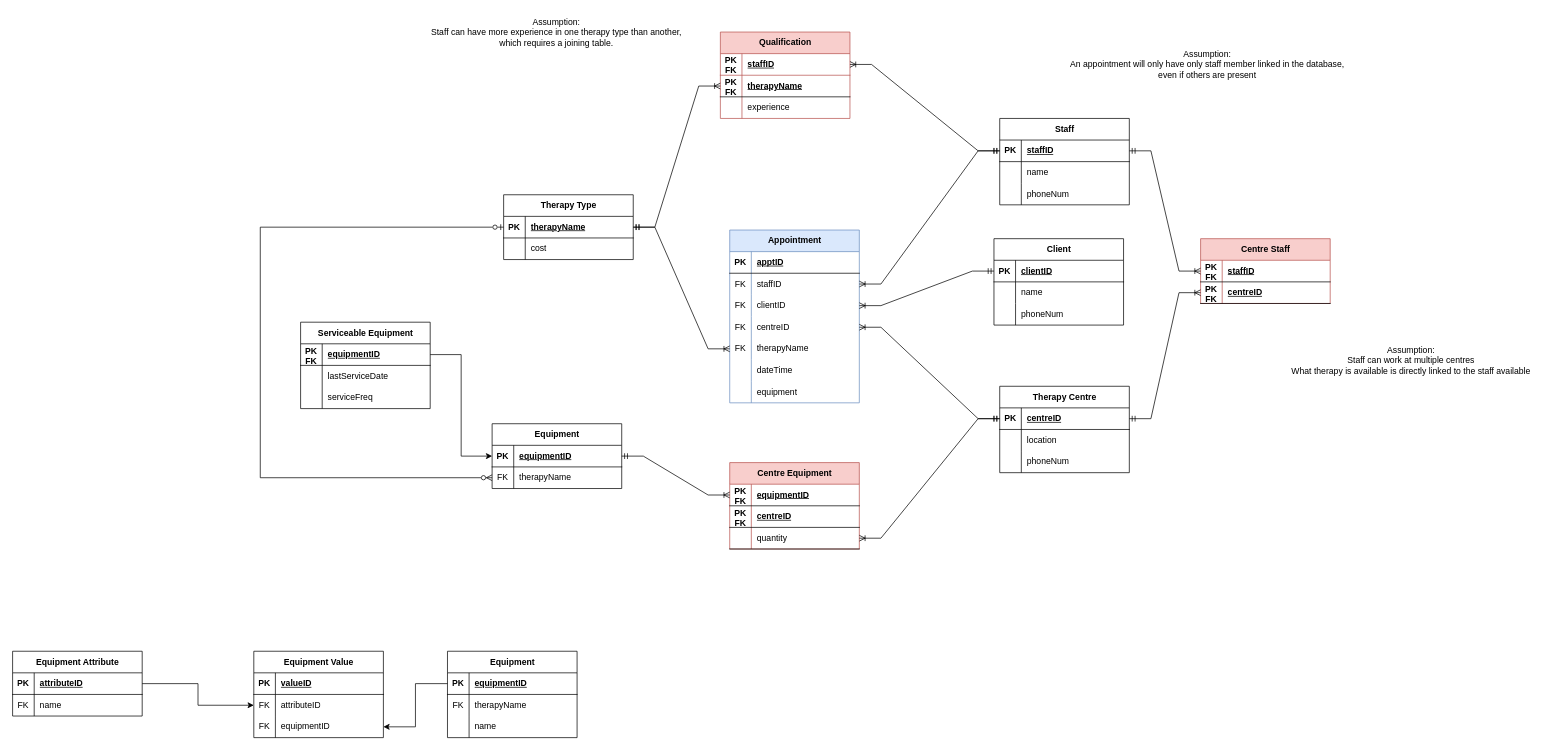
This is Task3a.drawio from Cowsox/Cowsox, a draw.io file, before an edit. Source tidied: cells renumbered, new cells numbered last; positions are measured from the earlier drawing's top-left corner, leaving out a move shared by most shapes. Both pictures are drawn from the tidied source at 72%, with x=0, y=0 at pixel (12, 12).
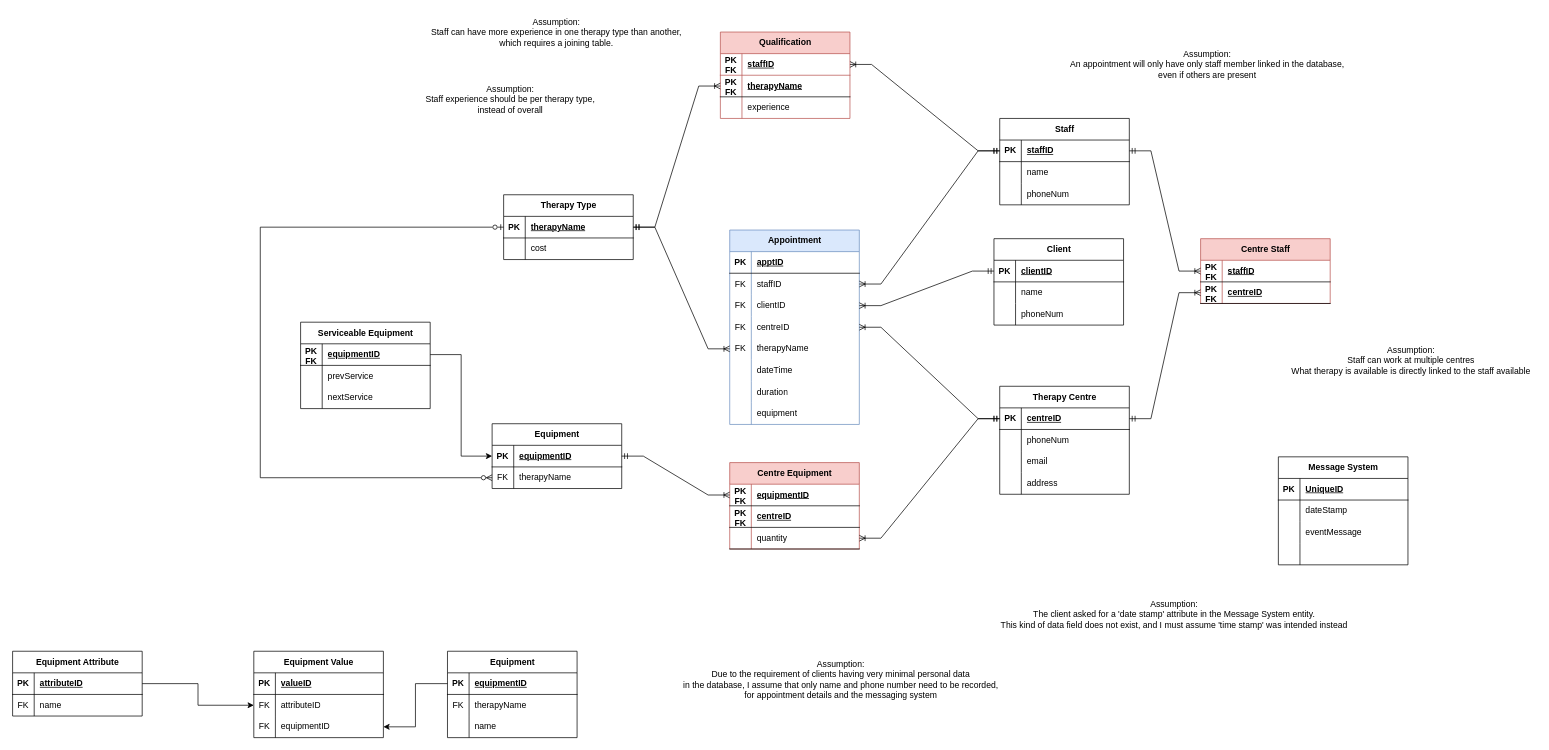
The same page after the edit.

The change refers to these unchanged cells:
```xml
<mxCell id="98" style="shape=tableRow;horizontal=0;startSize=0;swimlaneHead=0;swimlaneBody=0;fillColor=none;top=0;left=0;right=0;bottom=0;" parent="94" vertex="1">
  <mxGeometry y="60" width="180" height="30" as="geometry" />
</mxCell>
<mxCell id="101" style="shape=tableRow;horizontal=0;startSize=0;swimlaneHead=0;swimlaneBody=0;fillColor=none;top=0;left=0;right=0;bottom=0;" parent="94" vertex="1">
  <mxGeometry y="90" width="180" height="30" as="geometry" />
</mxCell>
```

Change to the diagram source:
```diff
@@
     <mxCell id="22" value="Therapy Centre" style="shape=table;startSize=30;childLayout=tableLayout;rowLines=0;fontStyle=1;align=center;html=1;" parent="1" vertex="1">
-      <mxGeometry x="1371" y="519" width="180" height="120" as="geometry" />
+      <mxGeometry x="1371" y="519" width="180" height="150" as="geometry" />
     </mxCell>
@@
-    <mxCell id="26" style="shape=tableRow;horizontal=0;startSize=0;swimlaneHead=0;swimlaneBody=0;fillColor=none;top=0;left=0;right=0;bottom=0;" parent="22" vertex="1">
-      <mxGeometry y="60" width="180" height="30" as="geometry" />
-    </mxCell>
-    <mxCell id="27" style="shape=partialRectangle;fillColor=none;top=0;left=0;bottom=0;right=0;overflow=hidden;whiteSpace=wrap;html=1;" parent="26" vertex="1">
-      <mxGeometry width="30" height="30" as="geometry" />
-    </mxCell>
-    <mxCell id="28" value="location" style="shape=partialRectangle;fillColor=none;top=0;left=0;bottom=0;right=0;align=left;spacingLeft=6;overflow=hidden;whiteSpace=wrap;html=1;" parent="26" vertex="1">
-      <mxGeometry x="30" width="150" height="30" as="geometry" />
-    </mxCell>
     <mxCell id="29" style="shape=tableRow;horizontal=0;startSize=0;swimlaneHead=0;swimlaneBody=0;fillColor=none;top=0;left=0;right=0;bottom=0;" parent="22" vertex="1">
-      <mxGeometry y="90" width="180" height="30" as="geometry" />
+      <mxGeometry y="60" width="180" height="30" as="geometry" />
     </mxCell>
@@
+    <mxCell id="149" style="shape=tableRow;horizontal=0;startSize=0;swimlaneHead=0;swimlaneBody=0;fillColor=none;top=0;left=0;right=0;bottom=0;" parent="22" vertex="1">
+      <mxGeometry y="90" width="180" height="30" as="geometry" />
+    </mxCell>
+    <mxCell id="150" style="shape=partialRectangle;fillColor=none;top=0;left=0;bottom=0;right=0;overflow=hidden;whiteSpace=wrap;html=1;" parent="149" vertex="1">
+      <mxGeometry width="30" height="30" as="geometry" />
+    </mxCell>
+    <mxCell id="151" value="email" style="shape=partialRectangle;fillColor=none;top=0;left=0;bottom=0;right=0;align=left;spacingLeft=6;overflow=hidden;whiteSpace=wrap;html=1;" parent="149" vertex="1">
+      <mxGeometry x="30" width="150" height="30" as="geometry" />
+    </mxCell>
+    <mxCell id="152" style="shape=tableRow;horizontal=0;startSize=0;swimlaneHead=0;swimlaneBody=0;fillColor=none;top=0;left=0;right=0;bottom=0;" parent="22" vertex="1">
+      <mxGeometry y="120" width="180" height="30" as="geometry" />
+    </mxCell>
+    <mxCell id="153" style="shape=partialRectangle;fillColor=none;top=0;left=0;bottom=0;right=0;overflow=hidden;whiteSpace=wrap;html=1;" parent="152" vertex="1">
+      <mxGeometry width="30" height="30" as="geometry" />
+    </mxCell>
+    <mxCell id="154" value="address" style="shape=partialRectangle;fillColor=none;top=0;left=0;bottom=0;right=0;align=left;spacingLeft=6;overflow=hidden;whiteSpace=wrap;html=1;" parent="152" vertex="1">
+      <mxGeometry x="30" width="150" height="30" as="geometry" />
+    </mxCell>
@@
     <mxCell id="40" value="Appointment" style="shape=table;startSize=30;childLayout=tableLayout;rowLines=0;fontStyle=1;align=center;html=1;fillColor=#dae8fc;strokeColor=#6c8ebf;" parent="1" vertex="1">
-      <mxGeometry x="996" y="302" width="180" height="240" as="geometry" />
+      <mxGeometry x="996" y="302" width="180" height="270" as="geometry" />
     </mxCell>
@@
+    <mxCell id="155" style="shape=tableRow;horizontal=0;startSize=0;swimlaneHead=0;swimlaneBody=0;fillColor=none;top=0;left=0;right=0;bottom=0;" parent="40" vertex="1">
+      <mxGeometry y="210" width="180" height="30" as="geometry" />
+    </mxCell>
+    <mxCell id="156" style="shape=partialRectangle;fillColor=none;top=0;left=0;bottom=0;right=0;overflow=hidden;whiteSpace=wrap;html=1;" parent="155" vertex="1">
+      <mxGeometry width="30" height="30" as="geometry" />
+    </mxCell>
+    <mxCell id="157" value="duration" style="shape=partialRectangle;fillColor=none;top=0;left=0;bottom=0;right=0;align=left;spacingLeft=6;overflow=hidden;whiteSpace=wrap;html=1;" parent="155" vertex="1">
+      <mxGeometry x="30" width="150" height="30" as="geometry" />
+    </mxCell>
     <mxCell id="59" style="shape=tableRow;horizontal=0;startSize=0;swimlaneHead=0;swimlaneBody=0;fillColor=none;top=0;left=0;right=0;bottom=0;" parent="40" vertex="1">
-      <mxGeometry y="210" width="180" height="30" as="geometry" />
+      <mxGeometry y="240" width="180" height="30" as="geometry" />
     </mxCell>
@@
-    <mxCell id="100" value="lastServiceDate" style="shape=partialRectangle;fillColor=none;top=0;left=0;bottom=0;right=0;align=left;spacingLeft=6;overflow=hidden;whiteSpace=wrap;html=1;" parent="98" vertex="1">
+    <mxCell id="100" value="prevService" style="shape=partialRectangle;fillColor=none;top=0;left=0;bottom=0;right=0;align=left;spacingLeft=6;overflow=hidden;whiteSpace=wrap;html=1;" parent="98" vertex="1">
       <mxGeometry x="30" width="150" height="30" as="geometry" />
     </mxCell>
@@
-    <mxCell id="103" value="serviceFreq" style="shape=partialRectangle;fillColor=none;top=0;left=0;bottom=0;right=0;align=left;spacingLeft=6;overflow=hidden;whiteSpace=wrap;html=1;" parent="101" vertex="1">
+    <mxCell id="103" value="nextService" style="shape=partialRectangle;fillColor=none;top=0;left=0;bottom=0;right=0;align=left;spacingLeft=6;overflow=hidden;whiteSpace=wrap;html=1;" parent="101" vertex="1">
       <mxGeometry x="30" width="150" height="30" as="geometry" />
     </mxCell>
@@
+    <mxCell id="158" value="Assumption:&lt;div&gt;Staff experience should be per therapy type,&lt;/div&gt;&lt;div&gt;instead of overall&lt;/div&gt;" style="text;html=1;align=center;verticalAlign=middle;strokeColor=none;fillColor=none;" parent="1" vertex="1">
+      <mxGeometry x="564" y="93" width="253" height="55" as="geometry" />
+    </mxCell>
+    <mxCell id="159" value="Message System" style="shape=table;startSize=30;childLayout=tableLayout;rowLines=0;fontStyle=1;align=center;html=1;" parent="1" vertex="1">
+      <mxGeometry x="1758" y="617" width="180" height="150" as="geometry" />
+    </mxCell>
+    <mxCell id="160" style="shape=tableRow;horizontal=0;startSize=0;swimlaneHead=0;swimlaneBody=0;fillColor=none;top=0;left=0;right=0;bottom=1;" parent="159" vertex="1">
+      <mxGeometry y="30" width="180" height="30" as="geometry" />
+    </mxCell>
+    <mxCell id="161" value="PK" style="shape=partialRectangle;fillColor=none;top=0;left=0;bottom=0;right=0;fontStyle=1;overflow=hidden;whiteSpace=wrap;html=1;" parent="160" vertex="1">
+      <mxGeometry width="30" height="30" as="geometry" />
+    </mxCell>
+    <mxCell id="162" value="UniqueID" style="shape=partialRectangle;fillColor=none;top=0;left=0;bottom=0;right=0;align=left;spacingLeft=6;fontStyle=5;overflow=hidden;whiteSpace=wrap;html=1;" parent="160" vertex="1">
+      <mxGeometry x="30" width="150" height="30" as="geometry" />
+    </mxCell>
+    <mxCell id="26" style="shape=tableRow;horizontal=0;startSize=0;swimlaneHead=0;swimlaneBody=0;fillColor=none;top=0;left=0;right=0;bottom=0;" parent="159" vertex="1">
+      <mxGeometry y="60" width="180" height="30" as="geometry" />
+    </mxCell>
+    <mxCell id="163" style="shape=partialRectangle;fillColor=none;top=0;left=0;bottom=0;right=0;overflow=hidden;whiteSpace=wrap;html=1;" parent="26" vertex="1">
+      <mxGeometry width="30" height="30" as="geometry" />
+    </mxCell>
+    <mxCell id="164" value="dateStamp" style="shape=partialRectangle;fillColor=none;top=0;left=0;bottom=0;right=0;align=left;spacingLeft=6;overflow=hidden;whiteSpace=wrap;html=1;" parent="26" vertex="1">
+      <mxGeometry x="30" width="150" height="30" as="geometry" />
+    </mxCell>
+    <mxCell id="165" style="shape=tableRow;horizontal=0;startSize=0;swimlaneHead=0;swimlaneBody=0;fillColor=none;top=0;left=0;right=0;bottom=0;" parent="159" vertex="1">
+      <mxGeometry y="90" width="180" height="30" as="geometry" />
+    </mxCell>
+    <mxCell id="166" style="shape=partialRectangle;fillColor=none;top=0;left=0;bottom=0;right=0;overflow=hidden;whiteSpace=wrap;html=1;" parent="165" vertex="1">
+      <mxGeometry width="30" height="30" as="geometry" />
+    </mxCell>
+    <mxCell id="167" value="eventMessage" style="shape=partialRectangle;fillColor=none;top=0;left=0;bottom=0;right=0;align=left;spacingLeft=6;overflow=hidden;whiteSpace=wrap;html=1;" parent="165" vertex="1">
+      <mxGeometry x="30" width="150" height="30" as="geometry" />
+    </mxCell>
+    <mxCell id="168" style="shape=tableRow;horizontal=0;startSize=0;swimlaneHead=0;swimlaneBody=0;fillColor=none;top=0;left=0;right=0;bottom=0;" parent="159" vertex="1">
+      <mxGeometry y="120" width="180" height="30" as="geometry" />
+    </mxCell>
+    <mxCell id="169" style="shape=partialRectangle;fillColor=none;top=0;left=0;bottom=0;right=0;overflow=hidden;whiteSpace=wrap;html=1;" parent="168" vertex="1">
+      <mxGeometry width="30" height="30" as="geometry" />
+    </mxCell>
+    <mxCell id="170" style="shape=partialRectangle;fillColor=none;top=0;left=0;bottom=0;right=0;align=left;spacingLeft=6;overflow=hidden;whiteSpace=wrap;html=1;" parent="168" vertex="1">
+      <mxGeometry x="30" width="150" height="30" as="geometry" />
+    </mxCell>
+    <mxCell id="171" value="Assumption:&lt;div&gt;The client asked for a 'date stamp' attribute in the Message System entity.&lt;/div&gt;&lt;div&gt;This kind of data field does not exist, and I must assume 'time stamp' was intended instead&lt;/div&gt;" style="text;html=1;align=center;verticalAlign=middle;strokeColor=none;fillColor=none;" parent="1" vertex="1">
+      <mxGeometry x="1363" y="808" width="500" height="55" as="geometry" />
+    </mxCell>
+    <mxCell id="172" value="Assumption:&lt;div&gt;Due to the requirement of clients having very minimal personal data&lt;/div&gt;&lt;div&gt;in the database, I assume that only name and phone number need to be recorded,&lt;/div&gt;&lt;div&gt;for appointment details and the messaging system&lt;/div&gt;" style="text;html=1;align=center;verticalAlign=middle;strokeColor=none;fillColor=none;" parent="1" vertex="1">
+      <mxGeometry x="922" y="891" width="456" height="70" as="geometry" />
+    </mxCell>
```
